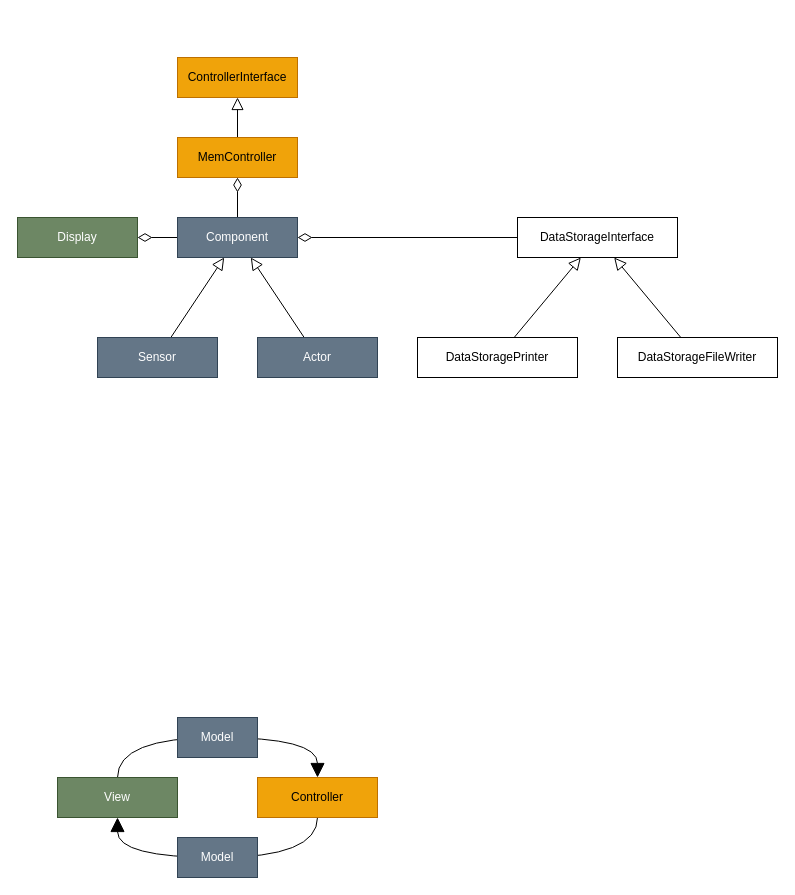
Above: mkdocs/docs/images/__MVC+class_overview.drawio in PBahner/LF17-Sensoranwendung (draw.io), before the change. Source tidied: cells renumbered, new cells numbered last; positions are measured from the earlier drawing's top-left corner, leaving out a move shared by most shapes. Both pictures are drawn from the tidied source at 100%, with x=0, y=0 at pixel (17, 57).
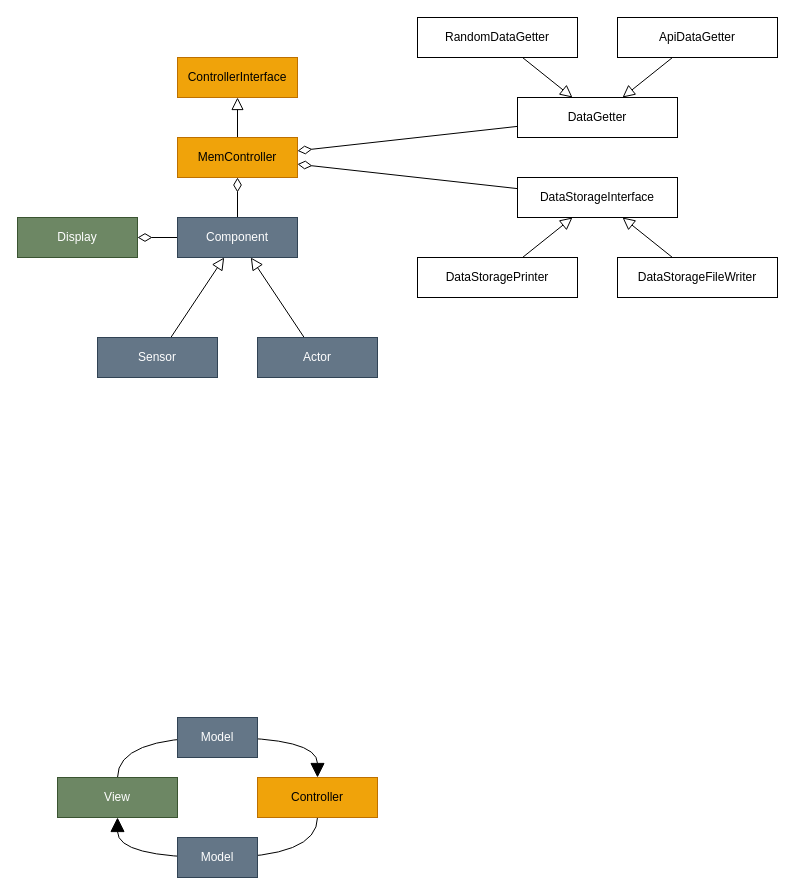
The same diagram, later.

Commit message (it also covers changes not shown here):
specify programming task, fix class overview

The change refers to these unchanged cells:
```xml
<mxCell id="4" value="Component" style="rounded=0;whiteSpace=wrap;html=1;fillColor=#647687;fontColor=#ffffff;strokeColor=#314354;" parent="1" vertex="1">
  <mxGeometry x="160" y="160" width="120" height="40" as="geometry" />
</mxCell>
<mxCell id="18" value="MemController" style="rounded=0;whiteSpace=wrap;html=1;fillColor=#f0a30a;fontColor=#000000;strokeColor=#BD7000;" parent="1" vertex="1">
  <mxGeometry x="160" y="80" width="120" height="40" as="geometry" />
</mxCell>
```

Change to the diagram source:
```diff
@@
-    <mxCell id="9" style="edgeStyle=none;rounded=0;jettySize=auto;html=1;endArrow=diamondThin;endFill=0;startSize=10;endSize=12;strokeWidth=1;" parent="1" edge="1" source="10" target="4">
+    <mxCell id="9" style="edgeStyle=none;rounded=0;jettySize=auto;html=1;endArrow=diamondThin;endFill=0;startSize=10;endSize=12;strokeWidth=1;" parent="1" edge="1" source="10" target="18">
       <mxGeometry relative="1" as="geometry" />
     </mxCell>
     <mxCell id="10" value="DataStorageInterface" style="rounded=0;whiteSpace=wrap;html=1;fillColor=none;" parent="1" vertex="1">
-      <mxGeometry x="500" y="160" width="160" height="40" as="geometry" />
+      <mxGeometry x="500" y="120" width="160" height="40" as="geometry" />
     </mxCell>
@@
     <mxCell id="12" value="DataStoragePrinter" style="rounded=0;whiteSpace=wrap;html=1;fillColor=none;" parent="1" vertex="1">
-      <mxGeometry x="400" y="280" width="160" height="40" as="geometry" />
+      <mxGeometry x="400" y="200" width="160" height="40" as="geometry" />
     </mxCell>
@@
     <mxCell id="14" value="DataStorageFileWriter" style="rounded=0;whiteSpace=wrap;html=1;fillColor=none;" parent="1" vertex="1">
-      <mxGeometry x="600" y="280" width="160" height="40" as="geometry" />
+      <mxGeometry x="600" y="200" width="160" height="40" as="geometry" />
     </mxCell>
@@
+    <mxCell id="25" style="edgeStyle=none;rounded=0;jettySize=auto;html=1;endArrow=diamondThin;endFill=0;endSize=12;" parent="1" edge="1" source="26" target="18">
+      <mxGeometry relative="1" as="geometry" />
+    </mxCell>
+    <mxCell id="26" value="DataGetter" style="rounded=0;whiteSpace=wrap;html=1;fillColor=none;" parent="1" vertex="1">
+      <mxGeometry x="500" y="40" width="160" height="40" as="geometry" />
+    </mxCell>
+    <mxCell id="27" style="edgeStyle=none;rounded=0;jettySize=auto;html=1;endArrow=block;endFill=0;endSize=10;" parent="1" edge="1" source="28" target="26">
+      <mxGeometry relative="1" as="geometry" />
+    </mxCell>
+    <mxCell id="28" value="RandomDataGetter" style="rounded=0;whiteSpace=wrap;html=1;fillColor=none;" parent="1" vertex="1">
+      <mxGeometry x="400" y="-40" width="160" height="40" as="geometry" />
+    </mxCell>
+    <mxCell id="29" style="rounded=0;jettySize=auto;html=1;endArrow=block;endFill=0;endSize=10;" parent="1" edge="1" source="30" target="26">
+      <mxGeometry relative="1" as="geometry" />
+    </mxCell>
+    <mxCell id="30" value="ApiDataGetter" style="rounded=0;whiteSpace=wrap;html=1;fillColor=none;" parent="1" vertex="1">
+      <mxGeometry x="600" y="-40" width="160" height="40" as="geometry" />
+    </mxCell>
```
